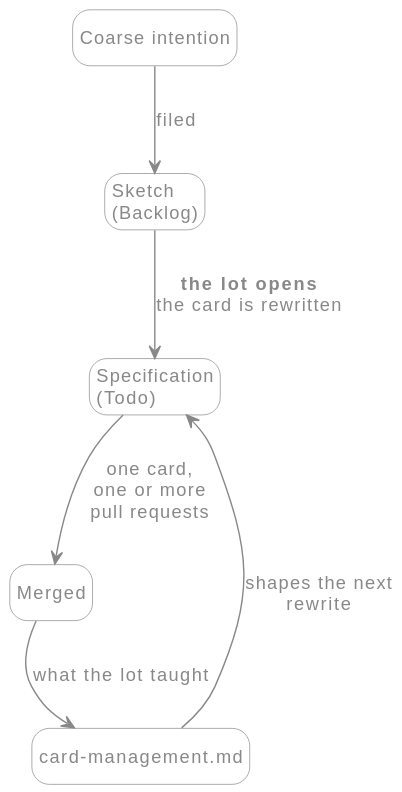
Above: docs/diagrams/card-lifecycle.svg in Gcob/lara-spec-first (PlantUML), before the change. Its source is kept beside it as docs/diagrams/card-lifecycle.puml.
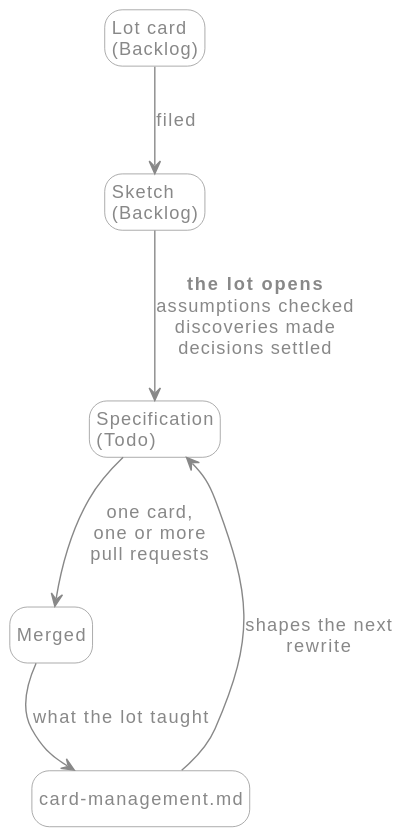
The same file after the commit.

Commit message:
docs(cards): describe the path from sketch to agent-ready card

Diff of the diagram source:
```diff
@@ -4,14 +4,14 @@
 set separator none
 hide empty description
 
-state "Coarse intention" as Intention
+state "Lot card\n(Backlog)" as LotCard
 state "Sketch\n(Backlog)" as Sketch
 state "Specification\n(Todo)" as Spec
 state "Merged" as Merged
 state "card-management.md" as Doc
 
-Intention --> Sketch : filed
-Sketch --> Spec : **the lot opens**\nthe card is rewritten
+LotCard --> Sketch : filed
+Sketch --> Spec : **the lot opens**\nassumptions checked\ndiscoveries made\ndecisions settled
 Spec --> Merged : one card,\none or more\npull requests
 Merged --> Doc : what the lot taught
 Doc --> Spec : shapes the next\nrewrite
```
